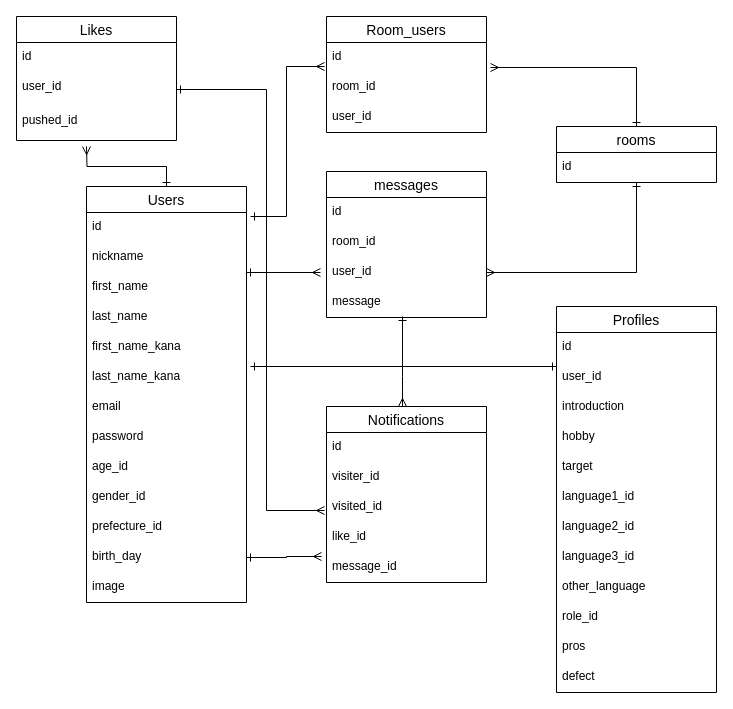
Before: ER図.dio in kiiii8r/e_matching_app, a draw.io diagram. Source tidied: cells renumbered, new cells numbered last; positions are measured from the earlier drawing's top-left corner, leaving out a move shared by most shapes. Both pictures are drawn from the tidied source at 100%, with x=0, y=0 at pixel (16, 16).
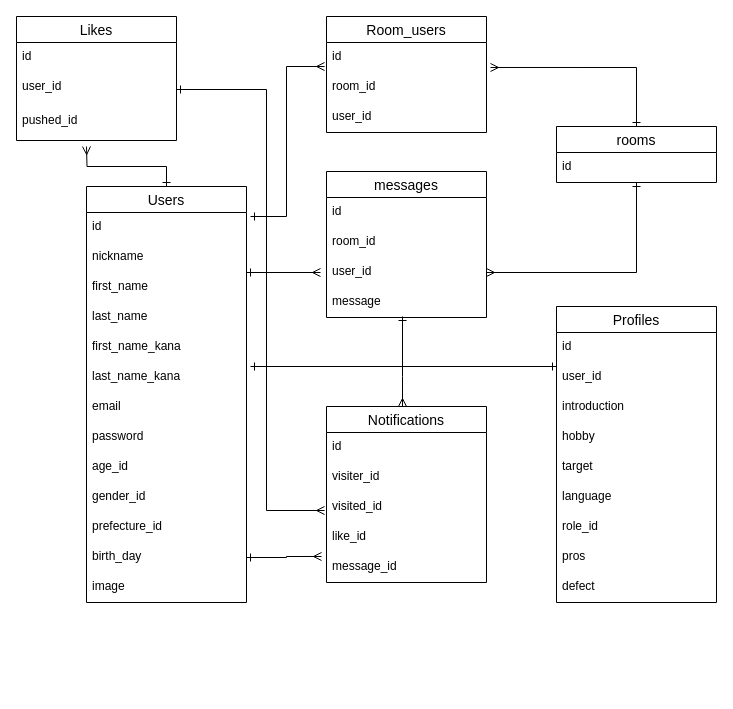
Above is the later version.

Diff of the diagram source:
```diff
@@
     <mxCell id="46" value="Profiles" style="swimlane;fontStyle=0;horizontal=1;startSize=26;align=center;fontSize=14;" parent="1" vertex="1">
-      <mxGeometry x="540" y="290" width="160" height="386" as="geometry" />
+      <mxGeometry x="540" y="290" width="160" height="296" as="geometry" />
     </mxCell>
@@
-    <mxCell id="52" value="language1_id" style="text;strokeColor=none;fillColor=none;spacingLeft=4;spacingRight=4;overflow=hidden;fontSize=12;" parent="46" vertex="1">
-      <mxGeometry y="176" width="160" height="30" as="geometry" />
-    </mxCell>
-    <mxCell id="53" value="language2_id" style="text;strokeColor=none;fillColor=none;spacingLeft=4;spacingRight=4;overflow=hidden;fontSize=12;" parent="46" vertex="1">
-      <mxGeometry y="206" width="160" height="30" as="geometry" />
-    </mxCell>
-    <mxCell id="54" value="language3_id" style="text;strokeColor=none;fillColor=none;spacingLeft=4;spacingRight=4;overflow=hidden;fontSize=12;" parent="46" vertex="1">
-      <mxGeometry y="236" width="160" height="30" as="geometry" />
+    <mxCell id="54" value="language" style="text;strokeColor=none;fillColor=none;spacingLeft=4;spacingRight=4;overflow=hidden;fontSize=12;" parent="46" vertex="1">
+      <mxGeometry y="176" width="160" height="30" as="geometry" />
     </mxCell>
-    <mxCell id="55" value="other_language" style="text;strokeColor=none;fillColor=none;spacingLeft=4;spacingRight=4;overflow=hidden;fontSize=12;" parent="46" vertex="1">
-      <mxGeometry y="266" width="160" height="30" as="geometry" />
-    </mxCell>
     <mxCell id="56" value="role_id" style="text;strokeColor=none;fillColor=none;spacingLeft=4;spacingRight=4;overflow=hidden;fontSize=12;" parent="46" vertex="1">
-      <mxGeometry y="296" width="160" height="30" as="geometry" />
+      <mxGeometry y="206" width="160" height="30" as="geometry" />
     </mxCell>
     <mxCell id="57" value="pros" style="text;strokeColor=none;fillColor=none;spacingLeft=4;spacingRight=4;overflow=hidden;fontSize=12;" parent="46" vertex="1">
-      <mxGeometry y="326" width="160" height="30" as="geometry" />
+      <mxGeometry y="236" width="160" height="30" as="geometry" />
     </mxCell>
     <mxCell id="58" value="defect" style="text;strokeColor=none;fillColor=none;spacingLeft=4;spacingRight=4;overflow=hidden;fontSize=12;" parent="46" vertex="1">
-      <mxGeometry y="356" width="160" height="30" as="geometry" />
+      <mxGeometry y="266" width="160" height="30" as="geometry" />
     </mxCell>
```
